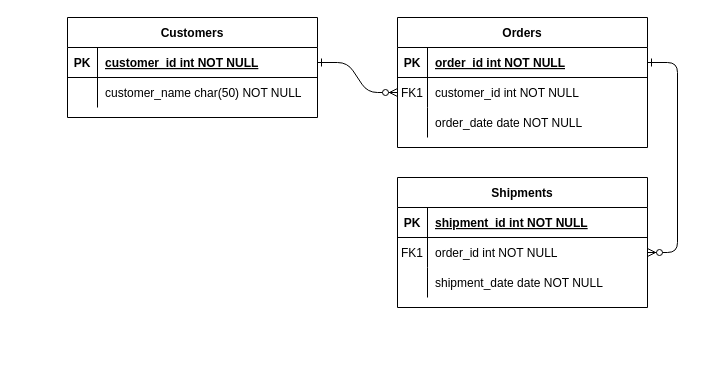
Before: CodingTest/제목 없는 다이어그램.drawio in Soojong94/codingTest, a draw.io diagram. Source tidied: cells renumbered, new cells numbered last; positions are measured from the earlier drawing's top-left corner, leaving out a move shared by most shapes. Both pictures are drawn from the tidied source at 100%, with x=0, y=0 at pixel (67, 17).
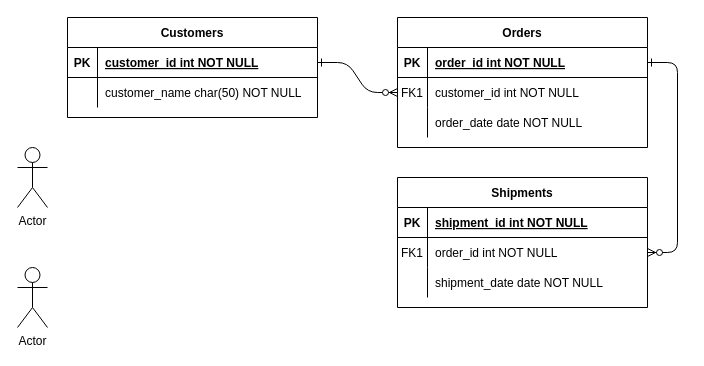
After the change.

Commit message:
제목 없는 다이어그램.drawio 업데이트

The edit, as a diff of the source:
```diff
@@
+    <mxCell id="31" value="Actor" style="shape=umlActor;verticalLabelPosition=bottom;verticalAlign=top;html=1;" parent="1" vertex="1">
+      <mxGeometry x="-50" y="130" width="30" height="60" as="geometry" />
+    </mxCell>
+    <mxCell id="32" value="Actor" style="shape=umlActor;verticalLabelPosition=bottom;verticalAlign=top;html=1;" parent="1" vertex="1">
+      <mxGeometry x="-50" y="250" width="30" height="60" as="geometry" />
+    </mxCell>
```
